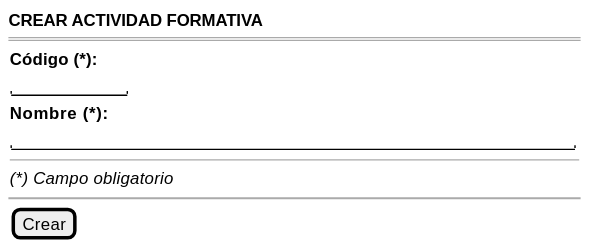
Earlier version of the PlantUML export images/RUP/01-requisitos/03-detalle-casos-uso/crearActividadFormativa/wireframe.svg (mmasias/pyCeldaPublico). The source it was exported from:
```plantuml
@startsalt crearActividadFormativa-wireframe
{
    <b>CREAR ACTIVIDAD FORMATIVA</b>
    ====
    {
        <b>Código (*):</b>
        "          "
        <b>Nombre (*):</b>
        "                                                  "
        --
        <i>(*) Campo obligatorio</i>
    }
    ~~
    {[Crear]}
}
@endsalt
```
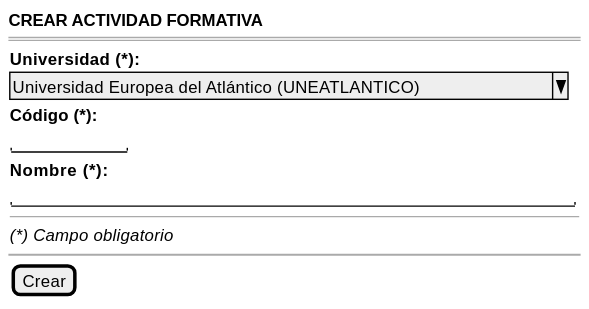
The same file after the commit.

Change to the diagram source:
```diff
@@ -3,6 +3,8 @@
     <b>CREAR ACTIVIDAD FORMATIVA</b>
     ====
     {
+        <b>Universidad (*):</b>
+        ^Universidad Europea del Atlántico (UNEATLANTICO)^
         <b>Código (*):</b>
         "          "
         <b>Nombre (*):</b>
```
